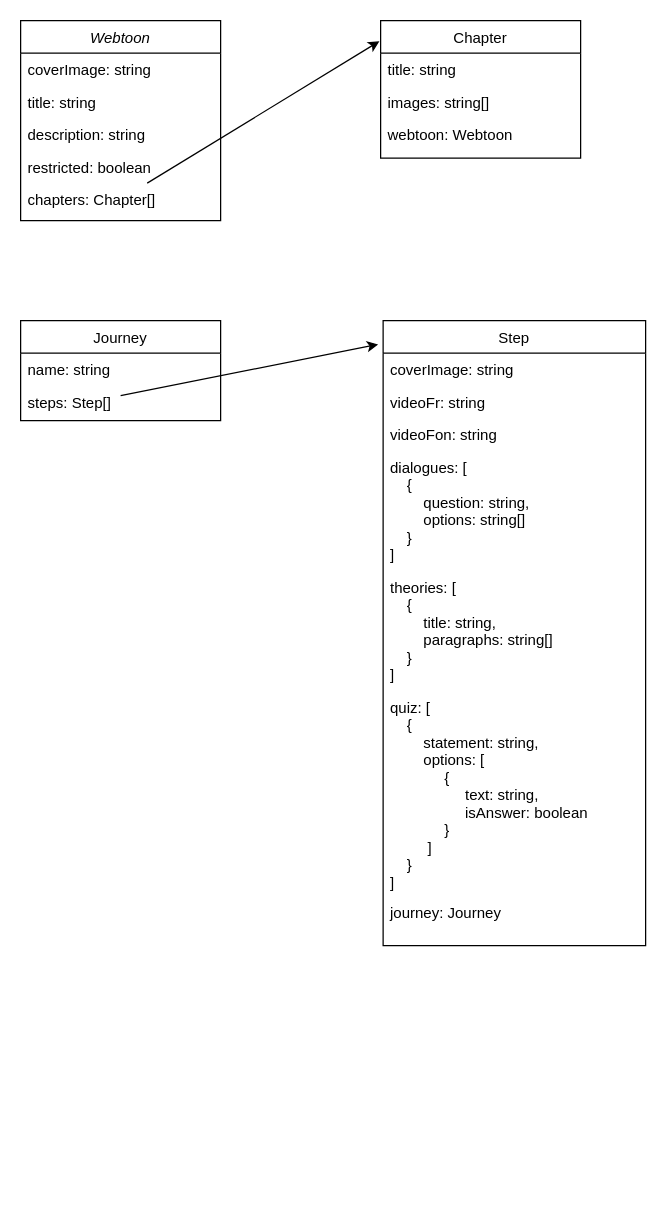
Earlier version of the draw.io diagram Dashboard MVMC.drawio (arso1er/dashboard-draw-maison-rouge). Source tidied: cells renumbered, new cells numbered last; positions are measured from the earlier drawing's top-left corner, leaving out a move shared by most shapes. Both pictures are drawn from the tidied source at 125%, with x=0, y=0 at pixel (20, 20).
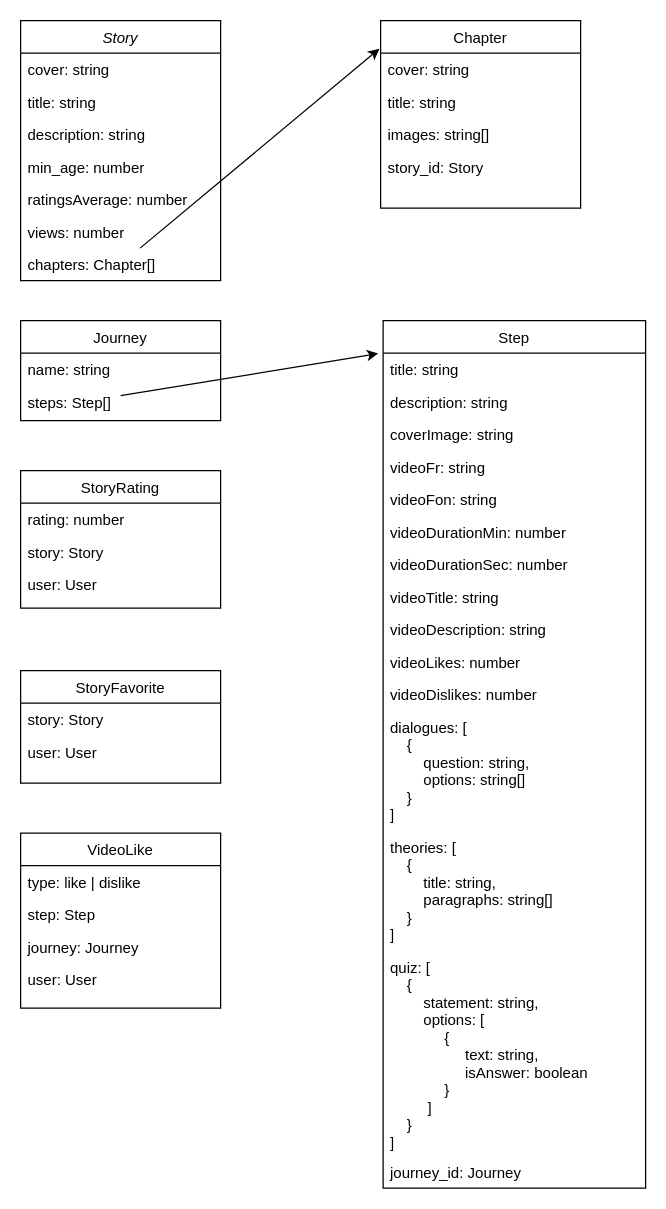
After the change.

Commit message:
Mettre à jour Dashboard MVMC_Notes, favoris, like, dislike.drawio

Change to the diagram source:
```diff
@@
-    <mxCell id="2" value="Webtoon" style="swimlane;fontStyle=2;align=center;verticalAlign=top;horizontal=1;startSize=26;rounded=0;shadow=0;strokeWidth=1;" parent="1" vertex="1">
-      <mxGeometry width="160" height="160" as="geometry" />
+    <mxCell id="2" value="Story" style="swimlane;fontStyle=2;align=center;verticalAlign=top;horizontal=1;startSize=26;rounded=0;shadow=0;strokeWidth=1;" parent="1" vertex="1">
+      <mxGeometry width="160" height="208" as="geometry" />
     </mxCell>
-    <mxCell id="3" value="coverImage: string" style="text;align=left;verticalAlign=top;spacingLeft=4;spacingRight=4;overflow=hidden;" parent="2" vertex="1">
+    <mxCell id="3" value="cover: string" style="text;align=left;verticalAlign=top;spacingLeft=4;spacingRight=4;overflow=hidden;" parent="2" vertex="1">
       <mxGeometry y="26" width="160" height="26" as="geometry" />
     </mxCell>
@@
+    <mxCell id="25" value="description: string" style="text;align=left;verticalAlign=top;spacingLeft=4;spacingRight=4;overflow=hidden;rounded=0;shadow=0;html=0;" parent="2" vertex="1">
+      <mxGeometry y="78" width="160" height="26" as="geometry" />
+    </mxCell>
+    <mxCell id="6" value="min_age: number" style="text;align=left;verticalAlign=top;spacingLeft=4;spacingRight=4;overflow=hidden;" parent="2" vertex="1">
+      <mxGeometry y="104" width="160" height="26" as="geometry" />
+    </mxCell>
+    <mxCell id="26" value="ratingsAverage: number" style="text;align=left;verticalAlign=top;spacingLeft=4;spacingRight=4;overflow=hidden;rounded=0;shadow=0;html=0;" parent="2" vertex="1">
+      <mxGeometry y="130" width="160" height="26" as="geometry" />
+    </mxCell>
-    <mxCell id="5" value="description: string" style="text;align=left;verticalAlign=top;spacingLeft=4;spacingRight=4;overflow=hidden;rounded=0;shadow=0;html=0;" parent="2" vertex="1">
-      <mxGeometry y="78" width="160" height="26" as="geometry" />
+    <mxCell id="5" value="views: number" style="text;align=left;verticalAlign=top;spacingLeft=4;spacingRight=4;overflow=hidden;rounded=0;shadow=0;html=0;" parent="2" vertex="1">
+      <mxGeometry y="156" width="160" height="26" as="geometry" />
     </mxCell>
-    <mxCell id="6" value="restricted: boolean" style="text;align=left;verticalAlign=top;spacingLeft=4;spacingRight=4;overflow=hidden;" parent="2" vertex="1">
-      <mxGeometry y="104" width="160" height="26" as="geometry" />
-    </mxCell>
     <mxCell id="7" value="chapters: Chapter[]" style="text;align=left;verticalAlign=top;spacingLeft=4;spacingRight=4;overflow=hidden;points=[[0,0.5],[1,0.5]];portConstraint=eastwest;" parent="2" vertex="1">
-      <mxGeometry y="130" width="160" height="26" as="geometry" />
+      <mxGeometry y="182" width="160" height="26" as="geometry" />
     </mxCell>
@@
     <mxCell id="11" value="Step" style="swimlane;fontStyle=0;align=center;verticalAlign=top;horizontal=1;startSize=26;rounded=0;shadow=0;strokeWidth=1;" parent="1" vertex="1">
-      <mxGeometry x="290" y="240" width="210" height="500" as="geometry" />
+      <mxGeometry x="290" y="240" width="210" height="694" as="geometry" />
     </mxCell>
-    <mxCell id="12" value="coverImage: string" style="text;align=left;verticalAlign=top;spacingLeft=4;spacingRight=4;overflow=hidden;" parent="11" vertex="1">
+    <mxCell id="12" value="title: string" style="text;align=left;verticalAlign=top;spacingLeft=4;spacingRight=4;overflow=hidden;" parent="11" vertex="1">
       <mxGeometry y="26" width="210" height="26" as="geometry" />
     </mxCell>
+    <mxCell id="27" value="description: string" style="text;align=left;verticalAlign=top;spacingLeft=4;spacingRight=4;overflow=hidden;" parent="11" vertex="1">
+      <mxGeometry y="52" width="210" height="26" as="geometry" />
+    </mxCell>
+    <mxCell id="28" value="coverImage: string" style="text;align=left;verticalAlign=top;spacingLeft=4;spacingRight=4;overflow=hidden;" parent="11" vertex="1">
+      <mxGeometry y="78" width="210" height="26" as="geometry" />
+    </mxCell>
     <mxCell id="13" value="videoFr: string" style="text;align=left;verticalAlign=top;spacingLeft=4;spacingRight=4;overflow=hidden;" parent="11" vertex="1">
-      <mxGeometry y="52" width="210" height="26" as="geometry" />
+      <mxGeometry y="104" width="210" height="26" as="geometry" />
     </mxCell>
+    <mxCell id="29" value="videoFon: string" style="text;align=left;verticalAlign=top;spacingLeft=4;spacingRight=4;overflow=hidden;" parent="11" vertex="1">
+      <mxGeometry y="130" width="210" height="26" as="geometry" />
+    </mxCell>
+    <mxCell id="30" value="videoDurationMin: number" style="text;align=left;verticalAlign=top;spacingLeft=4;spacingRight=4;overflow=hidden;" parent="11" vertex="1">
+      <mxGeometry y="156" width="210" height="26" as="geometry" />
+    </mxCell>
+    <mxCell id="31" value="videoDurationSec: number" style="text;align=left;verticalAlign=top;spacingLeft=4;spacingRight=4;overflow=hidden;" parent="11" vertex="1">
+      <mxGeometry y="182" width="210" height="26" as="geometry" />
+    </mxCell>
+    <mxCell id="32" value="videoTitle: string" style="text;align=left;verticalAlign=top;spacingLeft=4;spacingRight=4;overflow=hidden;" parent="11" vertex="1">
+      <mxGeometry y="208" width="210" height="26" as="geometry" />
+    </mxCell>
+    <mxCell id="33" value="videoDescription: string" style="text;align=left;verticalAlign=top;spacingLeft=4;spacingRight=4;overflow=hidden;" parent="11" vertex="1">
+      <mxGeometry y="234" width="210" height="26" as="geometry" />
+    </mxCell>
+    <mxCell id="34" value="videoLikes: number" style="text;align=left;verticalAlign=top;spacingLeft=4;spacingRight=4;overflow=hidden;" parent="11" vertex="1">
+      <mxGeometry y="260" width="210" height="26" as="geometry" />
+    </mxCell>
-    <mxCell id="14" value="videoFon: string" style="text;align=left;verticalAlign=top;spacingLeft=4;spacingRight=4;overflow=hidden;" parent="11" vertex="1">
-      <mxGeometry y="78" width="210" height="26" as="geometry" />
+    <mxCell id="14" value="videoDislikes: number" style="text;align=left;verticalAlign=top;spacingLeft=4;spacingRight=4;overflow=hidden;" parent="11" vertex="1">
+      <mxGeometry y="286" width="210" height="26" as="geometry" />
     </mxCell>
     <mxCell id="15" value="dialogues: [&#10;    {&#10;        question: string,&#10;        options: string[]&#10;    }&#10;]" style="text;align=left;verticalAlign=top;spacingLeft=4;spacingRight=4;overflow=hidden;" parent="11" vertex="1">
-      <mxGeometry y="104" width="210" height="96" as="geometry" />
+      <mxGeometry y="312" width="210" height="96" as="geometry" />
     </mxCell>
     <mxCell id="16" value="theories: [&#10;    {&#10;        title: string,&#10;        paragraphs: string[]&#10;    }&#10;]" style="text;align=left;verticalAlign=top;spacingLeft=4;spacingRight=4;overflow=hidden;" parent="11" vertex="1">
-      <mxGeometry y="200" width="210" height="96" as="geometry" />
+      <mxGeometry y="408" width="210" height="96" as="geometry" />
     </mxCell>
     <mxCell id="17" value="quiz: [&#10;    {&#10;        statement: string,&#10;        options: [&#10;             {&#10;                  text: string,  &#10;                  isAnswer: boolean&#10;             }   &#10;         ]           &#10;    }&#10;]" style="text;align=left;verticalAlign=top;spacingLeft=4;spacingRight=4;overflow=hidden;" parent="11" vertex="1">
-      <mxGeometry y="296" width="210" height="164" as="geometry" />
+      <mxGeometry y="504" width="210" height="164" as="geometry" />
     </mxCell>
-    <mxCell id="18" value="journey: Journey" style="text;align=left;verticalAlign=top;spacingLeft=4;spacingRight=4;overflow=hidden;" parent="11" vertex="1">
-      <mxGeometry y="460" width="210" height="26" as="geometry" />
+    <mxCell id="18" value="journey_id: Journey" style="text;align=left;verticalAlign=top;spacingLeft=4;spacingRight=4;overflow=hidden;" parent="11" vertex="1">
+      <mxGeometry y="668" width="210" height="26" as="geometry" />
     </mxCell>
     <mxCell id="19" value="Chapter" style="swimlane;fontStyle=0;align=center;verticalAlign=top;horizontal=1;startSize=26;rounded=0;shadow=0;strokeWidth=1;" parent="1" vertex="1">
-      <mxGeometry x="288" width="160" height="110" as="geometry" />
+      <mxGeometry x="288" width="160" height="150" as="geometry" />
     </mxCell>
-    <mxCell id="20" value="title: string" style="text;align=left;verticalAlign=top;spacingLeft=4;spacingRight=4;overflow=hidden;" parent="19" vertex="1">
+    <mxCell id="20" value="cover: string" style="text;align=left;verticalAlign=top;spacingLeft=4;spacingRight=4;overflow=hidden;" parent="19" vertex="1">
       <mxGeometry y="26" width="160" height="26" as="geometry" />
     </mxCell>
+    <mxCell id="35" value="title: string" style="text;align=left;verticalAlign=top;spacingLeft=4;spacingRight=4;overflow=hidden;" parent="19" vertex="1">
+      <mxGeometry y="52" width="160" height="26" as="geometry" />
+    </mxCell>
     <mxCell id="21" value="images: string[]" style="text;align=left;verticalAlign=top;spacingLeft=4;spacingRight=4;overflow=hidden;rounded=0;shadow=0;html=0;" parent="19" vertex="1">
-      <mxGeometry y="52" width="160" height="26" as="geometry" />
+      <mxGeometry y="78" width="160" height="26" as="geometry" />
     </mxCell>
-    <mxCell id="22" value="webtoon: Webtoon" style="text;align=left;verticalAlign=top;spacingLeft=4;spacingRight=4;overflow=hidden;rounded=0;shadow=0;html=0;" parent="19" vertex="1">
-      <mxGeometry y="78" width="160" height="26" as="geometry" />
+    <mxCell id="22" value="story_id: Story" style="text;align=left;verticalAlign=top;spacingLeft=4;spacingRight=4;overflow=hidden;rounded=0;shadow=0;html=0;" parent="19" vertex="1">
+      <mxGeometry y="104" width="160" height="26" as="geometry" />
     </mxCell>
@@
+    <mxCell id="36" value="StoryRating" style="swimlane;fontStyle=0;align=center;verticalAlign=top;horizontal=1;startSize=26;rounded=0;shadow=0;strokeWidth=1;" parent="1" vertex="1">
+      <mxGeometry y="360" width="160" height="110" as="geometry" />
+    </mxCell>
+    <mxCell id="37" value="rating: number" style="text;align=left;verticalAlign=top;spacingLeft=4;spacingRight=4;overflow=hidden;" parent="36" vertex="1">
+      <mxGeometry y="26" width="160" height="26" as="geometry" />
+    </mxCell>
+    <mxCell id="38" value="story: Story" style="text;align=left;verticalAlign=top;spacingLeft=4;spacingRight=4;overflow=hidden;" parent="36" vertex="1">
+      <mxGeometry y="52" width="160" height="26" as="geometry" />
+    </mxCell>
+    <mxCell id="39" value="user: User" style="text;align=left;verticalAlign=top;spacingLeft=4;spacingRight=4;overflow=hidden;rounded=0;shadow=0;html=0;" parent="36" vertex="1">
+      <mxGeometry y="78" width="160" height="26" as="geometry" />
+    </mxCell>
+    <mxCell id="40" value="StoryFavorite" style="swimlane;fontStyle=0;align=center;verticalAlign=top;horizontal=1;startSize=26;rounded=0;shadow=0;strokeWidth=1;" parent="1" vertex="1">
+      <mxGeometry y="520" width="160" height="90" as="geometry" />
+    </mxCell>
+    <mxCell id="41" value="story: Story" style="text;align=left;verticalAlign=top;spacingLeft=4;spacingRight=4;overflow=hidden;" parent="40" vertex="1">
+      <mxGeometry y="26" width="160" height="26" as="geometry" />
+    </mxCell>
+    <mxCell id="42" value="user: User" style="text;align=left;verticalAlign=top;spacingLeft=4;spacingRight=4;overflow=hidden;rounded=0;shadow=0;html=0;" parent="40" vertex="1">
+      <mxGeometry y="52" width="160" height="26" as="geometry" />
+    </mxCell>
+    <mxCell id="43" value="VideoLike" style="swimlane;fontStyle=0;align=center;verticalAlign=top;horizontal=1;startSize=26;rounded=0;shadow=0;strokeWidth=1;" parent="1" vertex="1">
+      <mxGeometry y="650" width="160" height="140" as="geometry" />
+    </mxCell>
+    <mxCell id="44" value="type: like | dislike" style="text;align=left;verticalAlign=top;spacingLeft=4;spacingRight=4;overflow=hidden;" parent="43" vertex="1">
+      <mxGeometry y="26" width="160" height="26" as="geometry" />
+    </mxCell>
+    <mxCell id="45" value="step: Step" style="text;align=left;verticalAlign=top;spacingLeft=4;spacingRight=4;overflow=hidden;rounded=0;shadow=0;html=0;" parent="43" vertex="1">
+      <mxGeometry y="52" width="160" height="26" as="geometry" />
+    </mxCell>
+    <mxCell id="46" value="journey: Journey" style="text;align=left;verticalAlign=top;spacingLeft=4;spacingRight=4;overflow=hidden;rounded=0;shadow=0;html=0;" parent="43" vertex="1">
+      <mxGeometry y="78" width="160" height="26" as="geometry" />
+    </mxCell>
+    <mxCell id="47" value="user: User" style="text;align=left;verticalAlign=top;spacingLeft=4;spacingRight=4;overflow=hidden;rounded=0;shadow=0;html=0;" parent="43" vertex="1">
+      <mxGeometry y="104" width="160" height="26" as="geometry" />
+    </mxCell>
```
